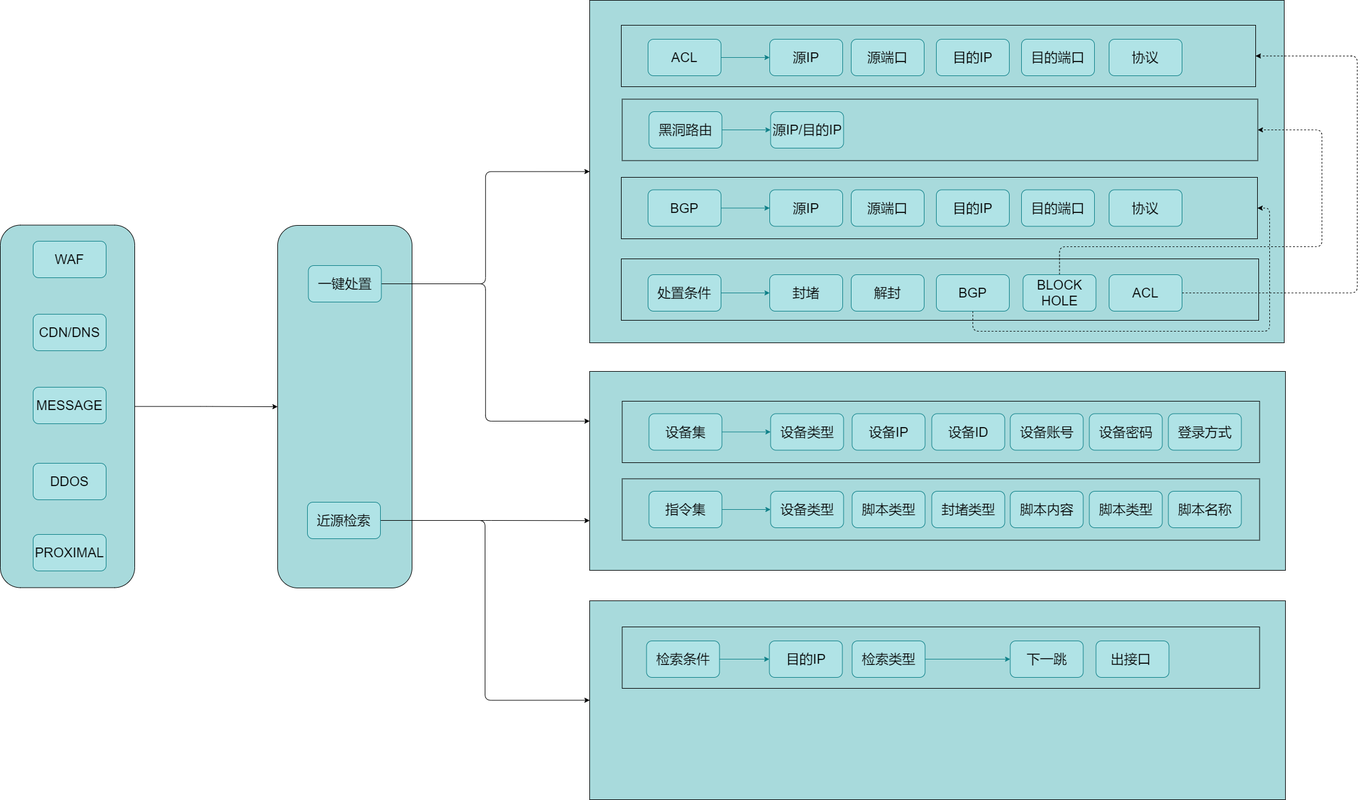
The draw.io diagram emer_action.png in scdays/asset, before a commit. Source tidied: cells renumbered, new cells last; positions are measured from the earlier drawing's top-left corner, leaving out a move shared by most shapes.
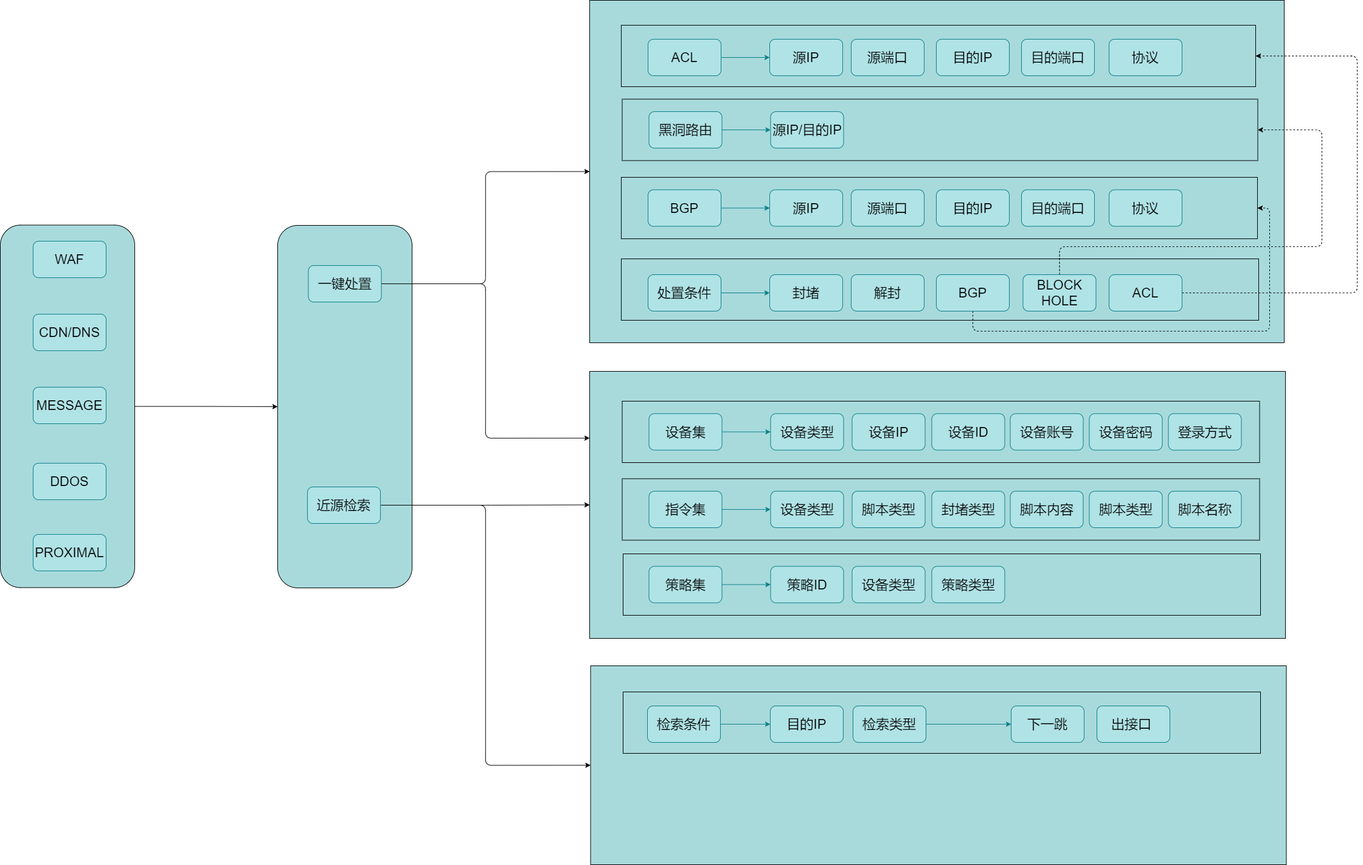
The same file after the commit.

Diff of the diagram source:
```diff
@@ -2,8 +2,14 @@
   <root>
     <mxCell id="0" />
     <mxCell id="1" parent="0" />
+    <mxCell id="5" style="rounded=0;whiteSpace=wrap;html=1;shadow=0;sketch=0;fillColor=#A8DADC;fontSize=22;fontColor=#1D3557;" parent="1" vertex="1">
+      <mxGeometry x="969" y="610" width="1144" height="439" as="geometry" />
+    </mxCell>
+    <mxCell id="76" style="rounded=0;whiteSpace=wrap;html=1;shadow=0;sketch=0;fillColor=#A8DADC;fontSize=22;fontColor=#1D3557;" parent="1" vertex="1">
+      <mxGeometry x="1024" y="910" width="1048" height="101" as="geometry" />
+    </mxCell>
     <mxCell id="2" style="rounded=0;whiteSpace=wrap;html=1;shadow=0;sketch=0;fillColor=#A8DADC;fontSize=22;fontColor=#1D3557;" parent="1" vertex="1">
-      <mxGeometry x="969" y="987" width="1144" height="327" as="geometry" />
+      <mxGeometry x="970.5" y="1094" width="1144" height="327" as="geometry" />
     </mxCell>
     <mxCell id="3" style="edgeStyle=orthogonalEdgeStyle;rounded=1;sketch=0;jettySize=auto;html=1;shadow=0;labelBackgroundColor=none;strokeColor=#000000;fillColor=#A8DADC;fontSize=22;fontColor=#1D3557;" parent="1" edge="1" source="4" target="7">
       <mxGeometry relative="1" as="geometry" />
@@ -11,9 +17,6 @@
     <mxCell id="4" style="rounded=1;whiteSpace=wrap;html=1;shadow=0;sketch=0;fillColor=#A8DADC;fontSize=22;fontColor=#1D3557;" parent="1" vertex="1">
       <mxGeometry y="369.5" width="221" height="596" as="geometry" />
     </mxCell>
-    <mxCell id="5" style="rounded=0;whiteSpace=wrap;html=1;shadow=0;sketch=0;fillColor=#A8DADC;fontSize=22;fontColor=#1D3557;" parent="1" vertex="1">
-      <mxGeometry x="969" y="610" width="1144" height="327" as="geometry" />
-    </mxCell>
     <mxCell id="6" style="rounded=0;whiteSpace=wrap;html=1;shadow=0;sketch=0;fillColor=#A8DADC;fontSize=22;fontColor=#1D3557;" parent="1" vertex="1">
       <mxGeometry x="969" width="1142" height="563" as="geometry" />
     </mxCell>
@@ -27,7 +30,7 @@
       <mxGeometry x="1022.5" y="786.5" width="1048" height="101" as="geometry" />
     </mxCell>
     <mxCell id="10" style="rounded=0;whiteSpace=wrap;html=1;shadow=0;sketch=0;fillColor=#A8DADC;fontSize=22;fontColor=#1D3557;" parent="1" vertex="1">
-      <mxGeometry x="1022.5" y="1030" width="1048" height="101" as="geometry" />
+      <mxGeometry x="1024" y="1137" width="1048" height="101" as="geometry" />
     </mxCell>
     <mxCell id="11" style="rounded=0;whiteSpace=wrap;html=1;shadow=0;sketch=0;fillColor=#A8DADC;fontSize=22;fontColor=#1D3557;" parent="1" vertex="1">
       <mxGeometry x="1021" y="425" width="1048" height="101" as="geometry" />
@@ -50,14 +53,14 @@
     <mxCell id="17" value="MESSAGE" style="whiteSpace=wrap;html=1;fontSize=22;spacing=3;rounded=1;labelBackgroundColor=none;shadow=0;sketch=0;fillColor=#b0e3e6;strokeColor=#0e8088;" parent="1" vertex="1">
       <mxGeometry x="54" y="636" width="120" height="60" as="geometry" />
     </mxCell>
-    <mxCell id="18" style="edgeStyle=orthogonalEdgeStyle;rounded=1;sketch=0;jettySize=auto;html=1;entryX=0;entryY=0.75;entryDx=0;entryDy=0;shadow=0;labelBackgroundColor=none;strokeColor=#000000;fillColor=#A8DADC;fontSize=22;fontColor=#1D3557;" parent="1" edge="1" source="20" target="5">
+    <mxCell id="18" style="edgeStyle=orthogonalEdgeStyle;rounded=1;sketch=0;jettySize=auto;html=1;entryX=0;entryY=0.5;entryDx=0;entryDy=0;shadow=0;labelBackgroundColor=none;strokeColor=#000000;fillColor=#A8DADC;fontSize=22;fontColor=#1D3557;" parent="1" edge="1" source="20" target="5">
       <mxGeometry relative="1" as="geometry" />
     </mxCell>
     <mxCell id="19" style="edgeStyle=orthogonalEdgeStyle;rounded=1;sketch=0;jettySize=auto;html=1;entryX=0;entryY=0.5;entryDx=0;entryDy=0;shadow=0;labelBackgroundColor=none;strokeColor=#000000;fillColor=#A8DADC;fontSize=22;fontColor=#1D3557;" parent="1" edge="1" source="20" target="2">
       <mxGeometry relative="1" as="geometry" />
     </mxCell>
     <mxCell id="20" value="近源检索" style="whiteSpace=wrap;html=1;fontSize=22;spacing=3;rounded=1;labelBackgroundColor=none;shadow=0;sketch=0;fillColor=#b0e3e6;strokeColor=#0e8088;" parent="1" vertex="1">
-      <mxGeometry x="505" y="825" width="120" height="60" as="geometry" />
+      <mxGeometry x="505" y="800" width="120" height="60" as="geometry" />
     </mxCell>
     <mxCell id="21" value="DDOS" style="whiteSpace=wrap;html=1;fontSize=22;spacing=3;rounded=1;labelBackgroundColor=none;shadow=0;sketch=0;fillColor=#b0e3e6;strokeColor=#0e8088;" parent="1" vertex="1">
       <mxGeometry x="54" y="761" width="120" height="60" as="geometry" />
@@ -213,22 +216,22 @@
       <mxGeometry relative="1" as="geometry" />
     </mxCell>
     <mxCell id="68" value="检索条件" style="whiteSpace=wrap;html=1;fontSize=22;spacing=3;rounded=1;labelBackgroundColor=none;shadow=0;sketch=0;fillColor=#b0e3e6;strokeColor=#0e8088;" parent="1" vertex="1">
-      <mxGeometry x="1062.5" y="1053" width="120" height="60" as="geometry" />
+      <mxGeometry x="1064" y="1160" width="120" height="60" as="geometry" />
     </mxCell>
     <mxCell id="69" value="下一跳" style="whiteSpace=wrap;html=1;fontSize=22;spacing=3;rounded=1;labelBackgroundColor=none;shadow=0;sketch=0;fillColor=#b0e3e6;strokeColor=#0e8088;" parent="1" vertex="1">
-      <mxGeometry x="1660.5" y="1053" width="120" height="60" as="geometry" />
+      <mxGeometry x="1662" y="1160" width="120" height="60" as="geometry" />
     </mxCell>
     <mxCell id="70" value="出接口&amp;nbsp;" style="whiteSpace=wrap;html=1;fontSize=22;spacing=3;rounded=1;labelBackgroundColor=none;shadow=0;sketch=0;fillColor=#b0e3e6;strokeColor=#0e8088;" parent="1" vertex="1">
-      <mxGeometry x="1801.5" y="1053" width="120" height="60" as="geometry" />
+      <mxGeometry x="1803" y="1160" width="120" height="60" as="geometry" />
     </mxCell>
     <mxCell id="71" value="目的IP" style="whiteSpace=wrap;html=1;fontSize=22;spacing=3;rounded=1;labelBackgroundColor=none;shadow=0;sketch=0;fillColor=#b0e3e6;strokeColor=#0e8088;" parent="1" vertex="1">
-      <mxGeometry x="1264.5" y="1053" width="120" height="60" as="geometry" />
+      <mxGeometry x="1266" y="1160" width="120" height="60" as="geometry" />
     </mxCell>
     <mxCell id="72" style="edgeStyle=orthogonalEdgeStyle;rounded=1;jettySize=auto;html=1;labelBackgroundColor=none;fontSize=22;fontColor=#1D3557;shadow=0;sketch=0;fillColor=#b0e3e6;strokeColor=#0e8088;" parent="1" edge="1" source="73" target="69">
       <mxGeometry relative="1" as="geometry" />
     </mxCell>
     <mxCell id="73" value="检索类型" style="whiteSpace=wrap;html=1;fontSize=22;spacing=3;rounded=1;labelBackgroundColor=none;shadow=0;sketch=0;fillColor=#b0e3e6;strokeColor=#0e8088;" parent="1" vertex="1">
-      <mxGeometry x="1400.5" y="1053" width="120" height="60" as="geometry" />
+      <mxGeometry x="1402" y="1160" width="120" height="60" as="geometry" />
     </mxCell>
     <mxCell id="74" style="edgeStyle=orthogonalEdgeStyle;rounded=1;sketch=0;jettySize=auto;html=1;entryX=1;entryY=0.5;entryDx=0;entryDy=0;shadow=0;labelBackgroundColor=none;strokeColor=#000000;fillColor=#A8DADC;fontSize=22;fontColor=#1D3557;dashed=1;endArrow=classic;endFill=1;" parent="1" edge="1" source="75" target="14">
       <mxGeometry relative="1" as="geometry">
@@ -241,5 +244,20 @@
     <mxCell id="75" value="ACL" style="whiteSpace=wrap;html=1;fontSize=22;spacing=3;rounded=1;labelBackgroundColor=none;shadow=0;sketch=0;fillColor=#b0e3e6;strokeColor=#0e8088;" parent="1" vertex="1">
       <mxGeometry x="1823" y="451" width="120" height="60" as="geometry" />
     </mxCell>
+    <mxCell id="77" style="edgeStyle=orthogonalEdgeStyle;jettySize=auto;html=1;fontSize=22;labelBackgroundColor=none;fontColor=#1D3557;spacing=3;shadow=0;sketch=0;fillColor=#b0e3e6;strokeColor=#0e8088;" parent="1" edge="1" source="78" target="79">
+      <mxGeometry relative="1" as="geometry" />
+    </mxCell>
+    <mxCell id="78" value="策略集" style="whiteSpace=wrap;html=1;fontSize=22;spacing=3;rounded=1;labelBackgroundColor=none;shadow=0;sketch=0;fillColor=#b0e3e6;strokeColor=#0e8088;" parent="1" vertex="1">
+      <mxGeometry x="1066.5" y="930.5" width="120" height="60" as="geometry" />
+    </mxCell>
+    <mxCell id="79" value="策略ID" style="whiteSpace=wrap;html=1;fontSize=22;spacing=3;rounded=1;labelBackgroundColor=none;shadow=0;sketch=0;fillColor=#b0e3e6;strokeColor=#0e8088;" parent="1" vertex="1">
+      <mxGeometry x="1266.5" y="930.5" width="120" height="60" as="geometry" />
+    </mxCell>
+    <mxCell id="80" value="设备类型" style="whiteSpace=wrap;html=1;fontSize=22;spacing=3;rounded=1;labelBackgroundColor=none;shadow=0;sketch=0;fillColor=#b0e3e6;strokeColor=#0e8088;" parent="1" vertex="1">
+      <mxGeometry x="1400.5" y="930.5" width="120" height="60" as="geometry" />
+    </mxCell>
+    <mxCell id="81" value="策略类型" style="whiteSpace=wrap;html=1;fontSize=22;spacing=3;rounded=1;labelBackgroundColor=none;shadow=0;sketch=0;fillColor=#b0e3e6;strokeColor=#0e8088;" parent="1" vertex="1">
+      <mxGeometry x="1531.5" y="930.5" width="120" height="60" as="geometry" />
+    </mxCell>
   </root>
 </mxGraphModel>
```
